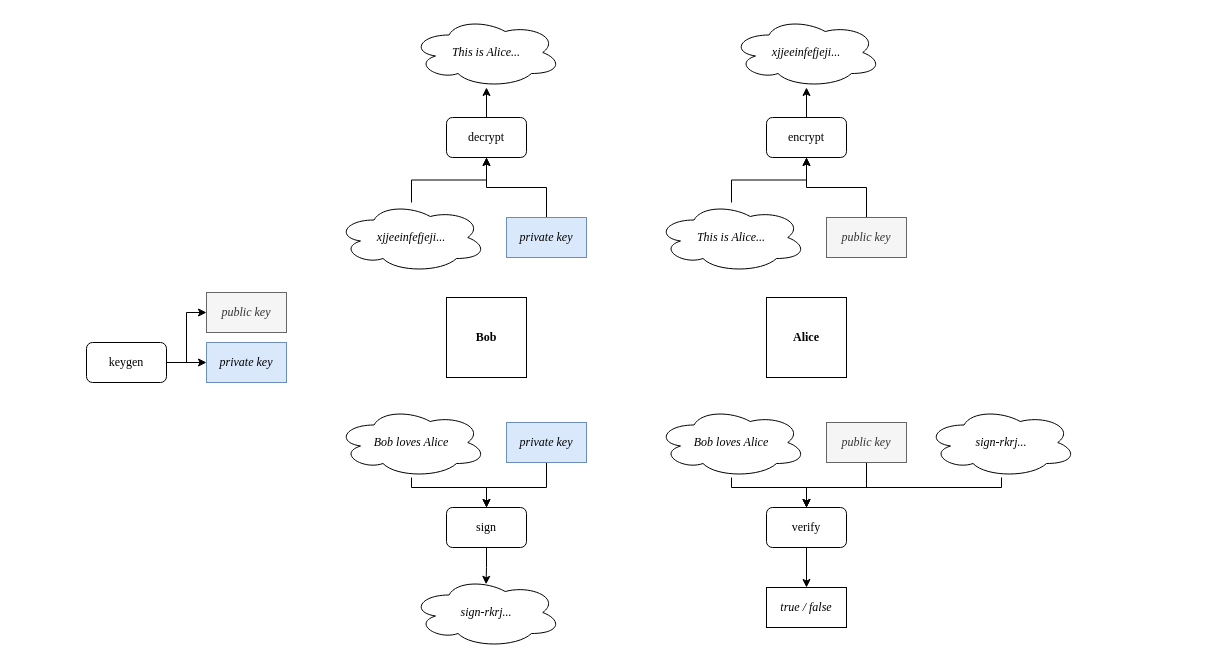
This is 非对称加密.drawio from sitdownkevin/ImageHosting, a draw.io file, before an edit. Source tidied: cells renumbered, new cells numbered last; positions are measured from the earlier drawing's top-left corner, leaving out a move shared by most shapes. Both pictures are drawn from the tidied source at 100%, with x=0, y=0 at pixel (86, 17).
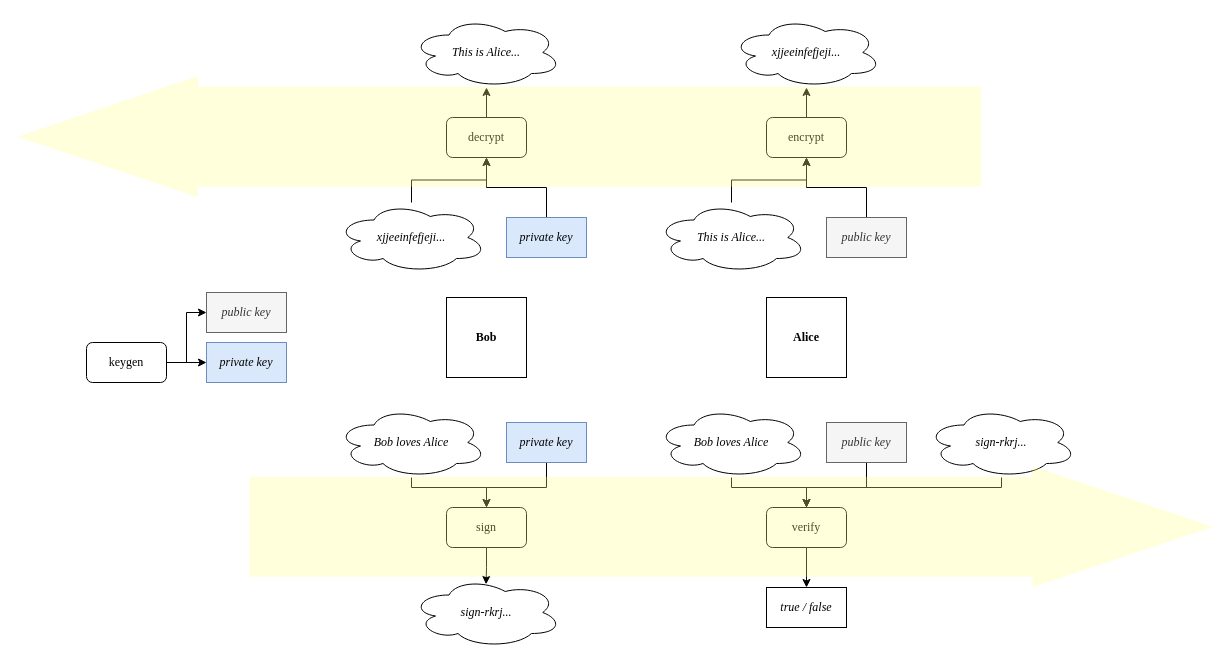
The same diagram, later.

Commit message:
更新非对称加密.drawio

What changed in the source:
```diff
@@
+    <mxCell id="39" style="shape=flexArrow;endArrow=classic;html=1;rounded=0;width=100;endSize=60;startSize=60;strokeColor=none;fillColor=#ffff88;opacity=30;" parent="1" edge="1">
+      <mxGeometry relative="1" as="geometry">
+        <mxPoint x="895" y="119.3" as="sourcePoint" />
+        <mxPoint x="-70" y="119.3" as="targetPoint" />
+      </mxGeometry>
+    </mxCell>
+    <mxCell id="40" style="shape=flexArrow;endArrow=classic;html=1;rounded=0;width=100;endSize=60;startSize=60;strokeColor=none;fillColor=#ffff88;opacity=30;" parent="1" edge="1">
+      <mxGeometry relative="1" as="geometry">
+        <mxPoint x="162.5" y="509.3" as="sourcePoint" />
+        <mxPoint x="1127.5" y="509.3" as="targetPoint" />
+      </mxGeometry>
+    </mxCell>
```
